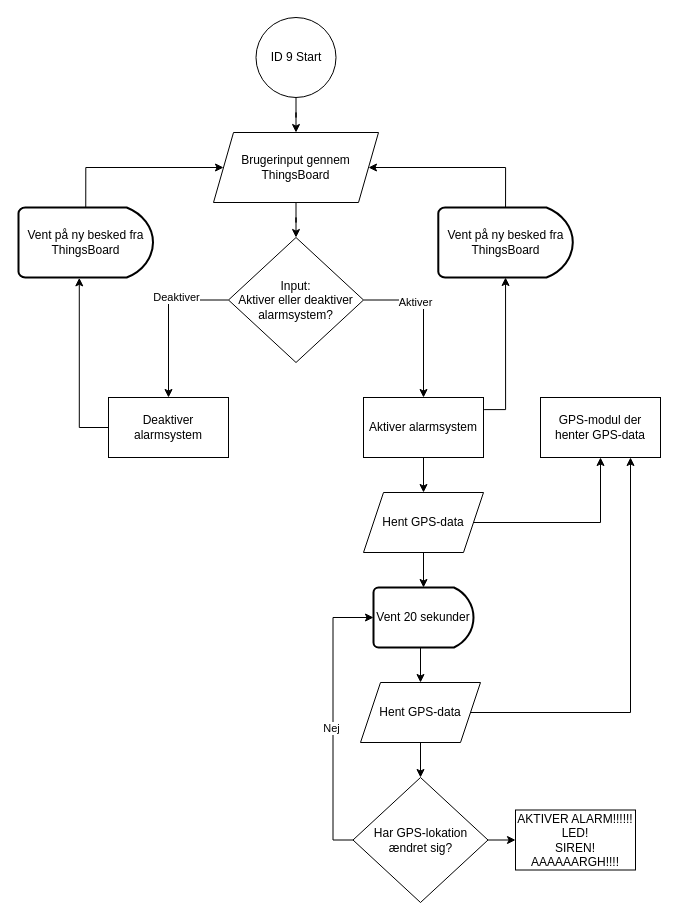
The draw.io diagram ID 09, P3/ID 9 Alarmsystem.drawio in KEA-E24-B9-IOT1/E24-B9-IoT1, before the edit. Source tidied: cells renumbered, new cells numbered last; positions are measured from the earlier drawing's top-left corner, leaving out a move shared by most shapes. Both pictures are drawn from the tidied source at 100%, with x=0, y=0 at pixel (18, 17).
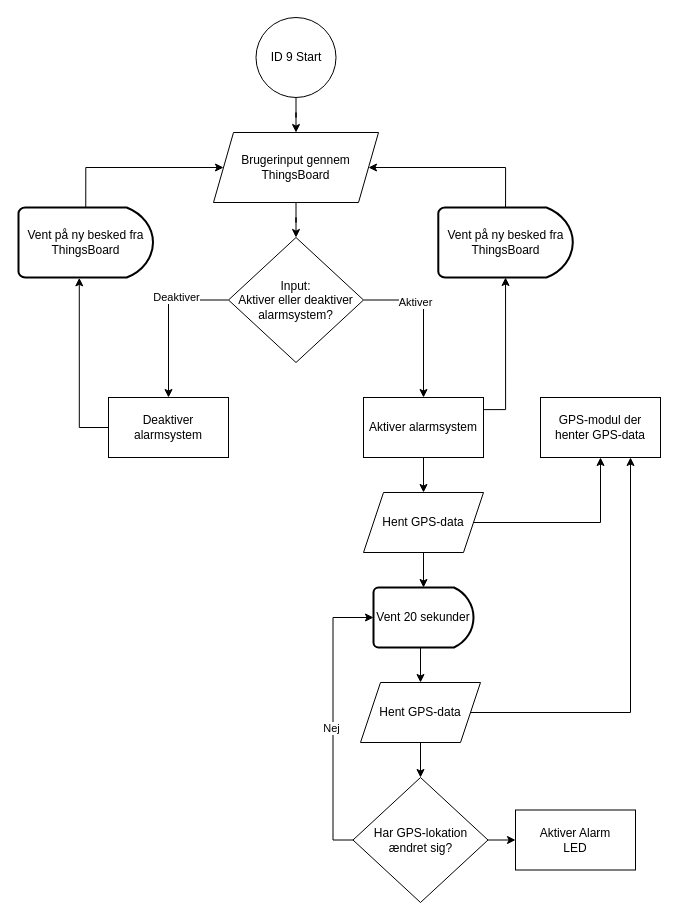
The same diagram, later.

Commit message:
Små ændringer (Aktiver Alarm)

Change to the diagram source:
```diff
@@
-    <mxCell id="33" value="AKTIVER ALARM!!!!!!&lt;br&gt;LED!&lt;br&gt;SIREN!&lt;br&gt;AAAAAARGH!!!!" style="rounded=0;whiteSpace=wrap;html=1;" parent="1" vertex="1">
+    <mxCell id="33" value="&lt;div&gt;Aktiver Alarm&lt;/div&gt;&lt;div&gt;LED&lt;br&gt;&lt;/div&gt;" style="rounded=0;whiteSpace=wrap;html=1;" parent="1" vertex="1">
       <mxGeometry x="497" y="792.5" width="120" height="60" as="geometry" />
     </mxCell>
```
